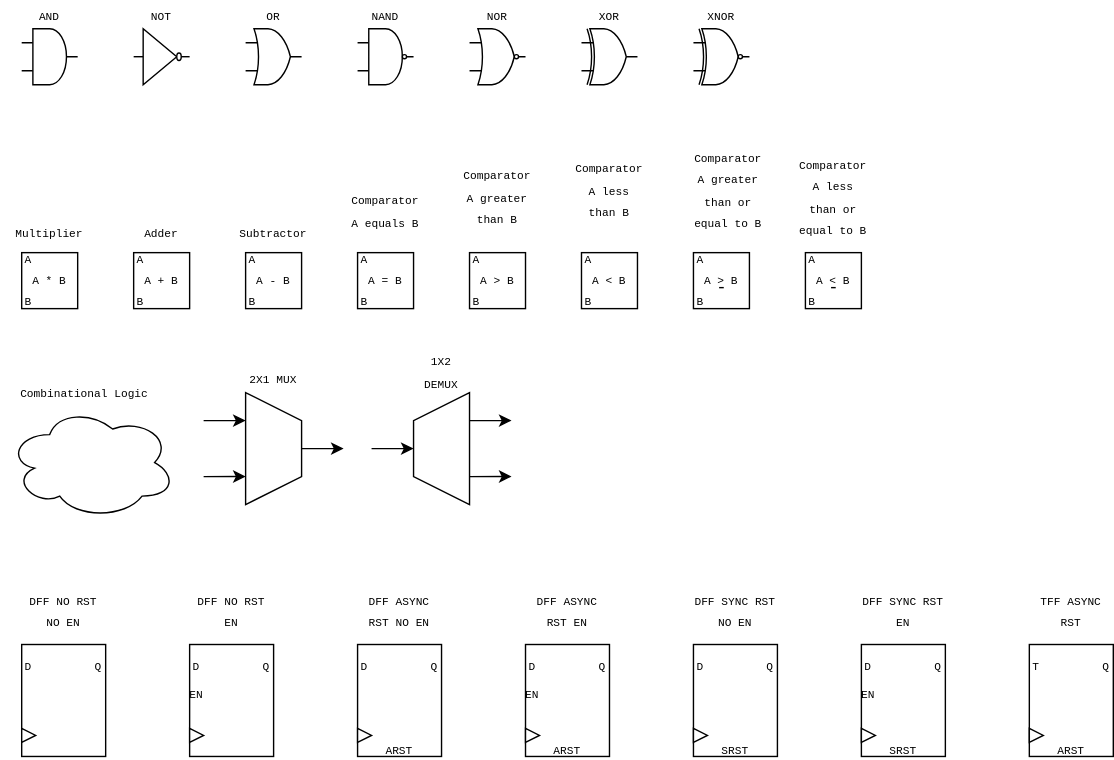
Above: primitives.svg in tms4517/drawio_ai_schematic (draw.io), before the change. Source tidied: cells renumbered, new cells last; positions are measured from the earlier drawing's top-left corner, leaving out a move shared by most shapes.
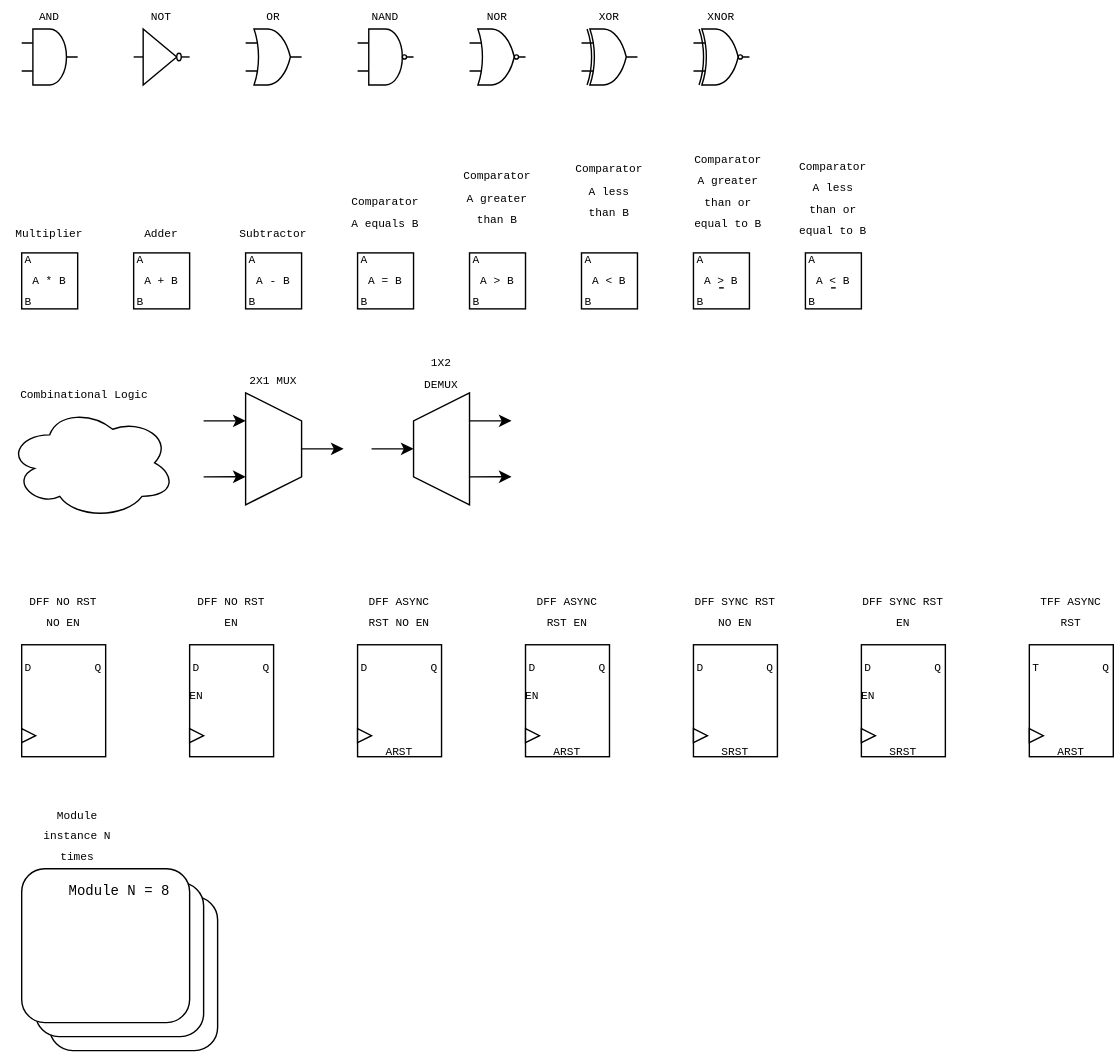
The same diagram one commit later.

Commit message:
Update SVG and schematic instructions for module representation

The edit, as a diff of the source:
```diff
@@ -2,6 +2,12 @@
   <root>
     <mxCell id="0" />
     <mxCell id="1" parent="0" />
+    <mxCell id="119" style="rounded=1;whiteSpace=wrap;html=1;roundedPerimeter=1;" parent="1" vertex="1">
+      <mxGeometry x="35" y="640" width="120" height="110" as="geometry" />
+    </mxCell>
+    <mxCell id="120" style="rounded=1;whiteSpace=wrap;html=1;roundedPerimeter=1;" parent="1" vertex="1">
+      <mxGeometry x="25" y="630" width="120" height="110" as="geometry" />
+    </mxCell>
     <mxCell id="2" style="verticalLabelPosition=bottom;shadow=0;dashed=0;align=center;html=1;verticalAlign=top;shape=mxgraph.electrical.logic_gates.logic_gate;operation=and;" parent="1" vertex="1">
       <mxGeometry x="15" y="20" width="40" height="40" as="geometry" />
     </mxCell>
@@ -376,5 +382,14 @@
     <mxCell id="118" value="&lt;font face=&quot;Monospace&quot; style=&quot;font-size: 8px;&quot;&gt;ARST&lt;/font&gt;" style="text;html=1;whiteSpace=wrap;strokeColor=none;fillColor=none;align=center;verticalAlign=middle;rounded=0;" parent="1" vertex="1">
       <mxGeometry x="760" y="530" width="10" height="10" as="geometry" />
     </mxCell>
+    <mxCell id="121" style="rounded=1;whiteSpace=wrap;html=1;roundedPerimeter=1;" parent="1" vertex="1">
+      <mxGeometry x="15" y="620" width="120" height="110" as="geometry" />
+    </mxCell>
+    <mxCell id="122" value="&lt;font face=&quot;Monospace&quot; style=&quot;font-size: 8px;&quot;&gt;Module instance N times&lt;/font&gt;" style="text;html=1;whiteSpace=wrap;strokeColor=none;fillColor=none;align=center;verticalAlign=middle;rounded=0;" parent="1" vertex="1">
+      <mxGeometry x="25" y="580" width="60" height="30" as="geometry" />
+    </mxCell>
+    <mxCell id="123" value="&lt;font style=&quot;font-size: 10px;&quot; face=&quot;Monospace&quot;&gt;Module N = 8&lt;/font&gt;" style="text;html=1;whiteSpace=wrap;strokeColor=none;fillColor=none;align=center;verticalAlign=middle;rounded=0;" parent="1" vertex="1">
+      <mxGeometry x="45" y="620" width="80" height="30" as="geometry" />
+    </mxCell>
   </root>
 </mxGraphModel>
```
